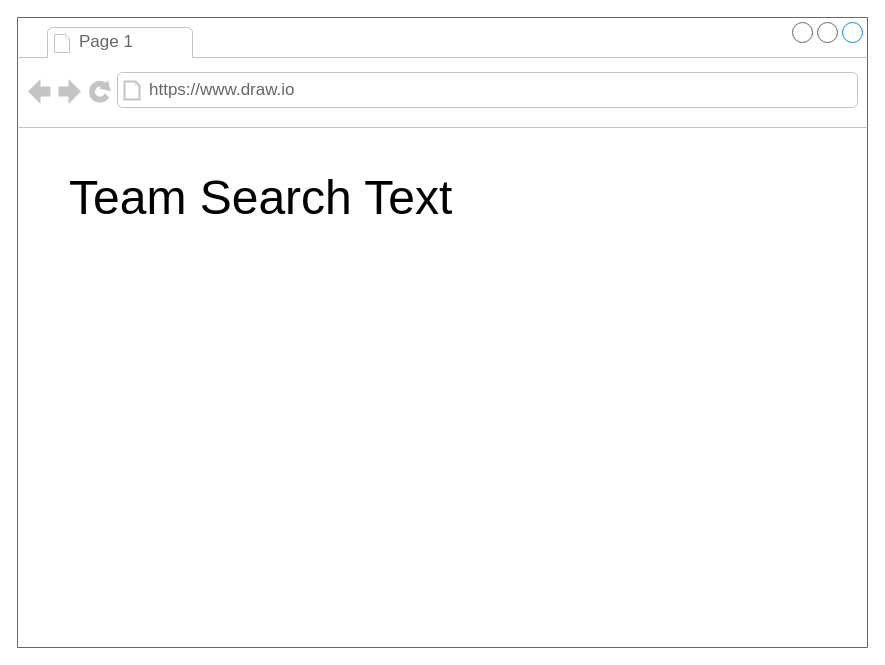
silverbirder/Introduction_to_Micro_Frontends keeps this draw.io diagram as assets/images/drawio/tutorial/minimum_set_client_side_composition_tutorial.drawio. Above is the earlier version. Source tidied: cells renumbered, new cells numbered last; positions are measured from the earlier drawing's top-left corner, leaving out a move shared by most shapes. Both pictures are drawn from the tidied source at 100%, with x=0, y=0 at pixel (17, 17).
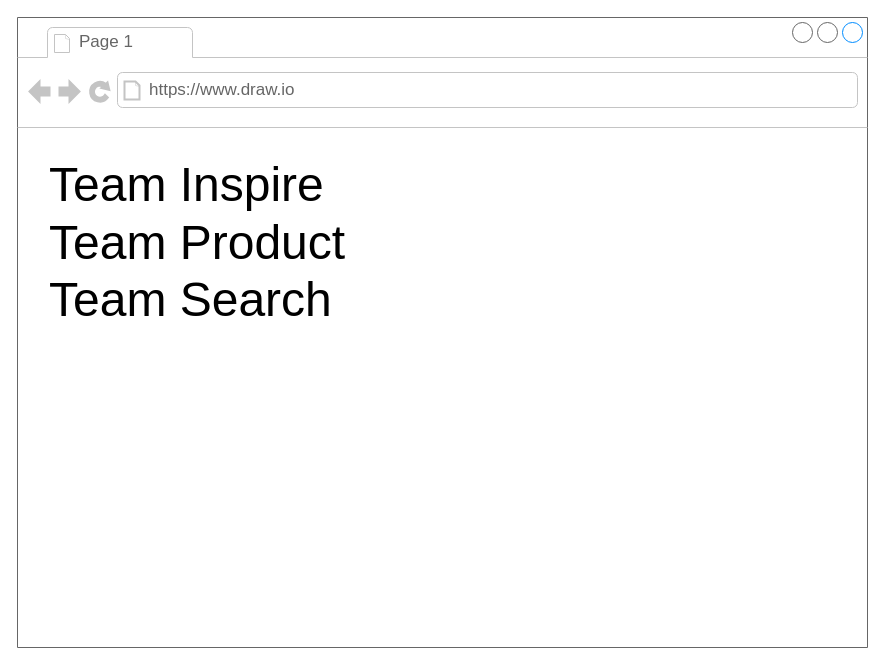
The same diagram, later.

Diff of the diagram source:
```diff
@@
 <mxGraphModel>
   <root>
     <mxCell id="0" />
     <mxCell id="1" parent="0" />
     <mxCell id="2" style="strokeWidth=1;shadow=0;dashed=0;align=center;html=1;shape=mxgraph.mockup.containers.browserWindow;rSize=0;strokeColor=#666666;strokeColor2=#008cff;strokeColor3=#c4c4c4;mainText=,;" parent="1" vertex="1">
       <mxGeometry width="850" height="630" as="geometry" />
     </mxCell>
-    <mxCell id="3" value="&lt;font style=&quot;font-size: 48px&quot;&gt;Team Search Text&lt;/font&gt;" style="rounded=0;whiteSpace=wrap;html=1;strokeWidth=4;dashed=1;fillColor=none;align=left;strokeColor=none;" parent="2" vertex="1">
-      <mxGeometry x="50" y="140" width="540" height="80" as="geometry" />
+    <mxCell id="3" value="&lt;font style=&quot;font-size: 48px ; line-height: 120%&quot;&gt;Team Inspire&lt;br&gt;Team Product&lt;br&gt;Team Search&lt;br&gt;&lt;/font&gt;" style="rounded=0;whiteSpace=wrap;html=1;strokeWidth=4;dashed=1;fillColor=none;align=left;strokeColor=none;" parent="2" vertex="1">
+      <mxGeometry x="30" y="140" width="540" height="170" as="geometry" />
     </mxCell>
     <mxCell id="4" value="Page 1" style="strokeWidth=1;shadow=0;dashed=0;align=center;html=1;shape=mxgraph.mockup.containers.anchor;fontSize=17;fontColor=#666666;align=left;" parent="2" vertex="1">
       <mxGeometry x="60" y="12" width="110" height="26" as="geometry" />
     </mxCell>
     <mxCell id="5" value="https://www.draw.io" style="strokeWidth=1;shadow=0;dashed=0;align=center;html=1;shape=mxgraph.mockup.containers.anchor;rSize=0;fontSize=17;fontColor=#666666;align=left;" parent="2" vertex="1">
       <mxGeometry x="130" y="60" width="250" height="26" as="geometry" />
     </mxCell>
   </root>
 </mxGraphModel>
```
